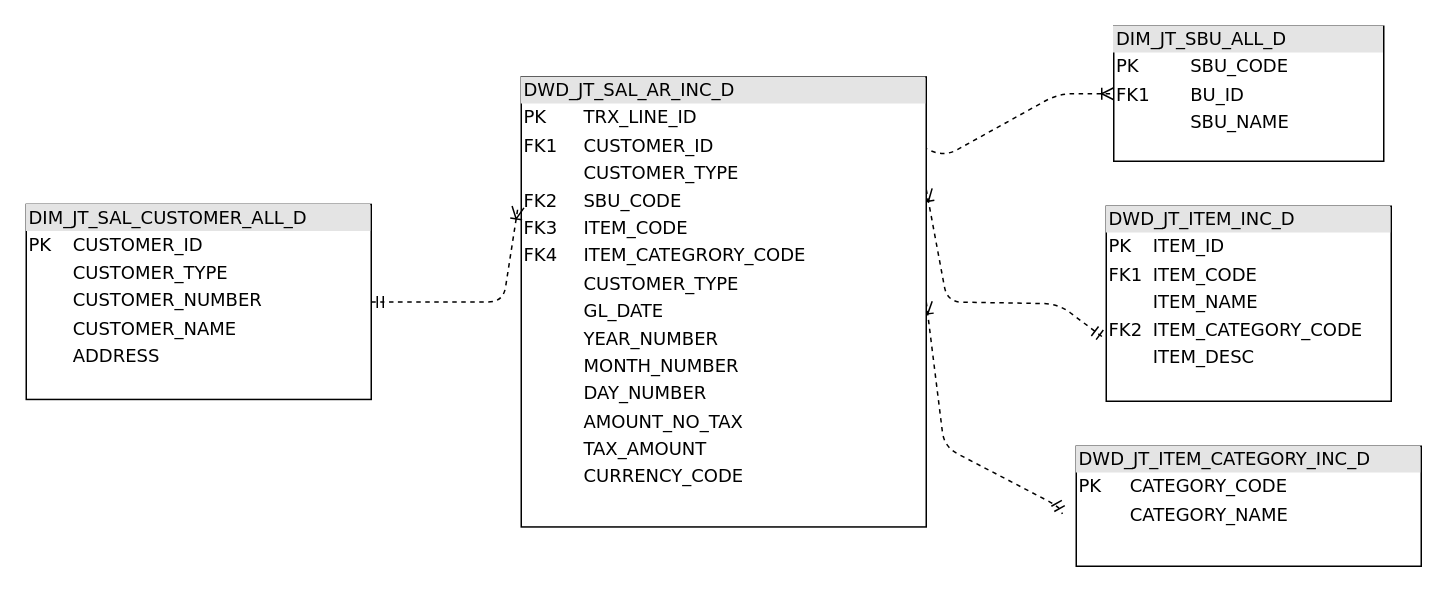
The draw.io diagram Untitled Diagram.drawio in YMS-QC/YMS-QC.github.io, before the edit. Source tidied: cells renumbered, new cells numbered last; positions are measured from the earlier drawing's top-left corner, leaving out a move shared by most shapes. Both pictures are drawn from the tidied source at 150%, with x=0, y=0 at pixel (26, 26).
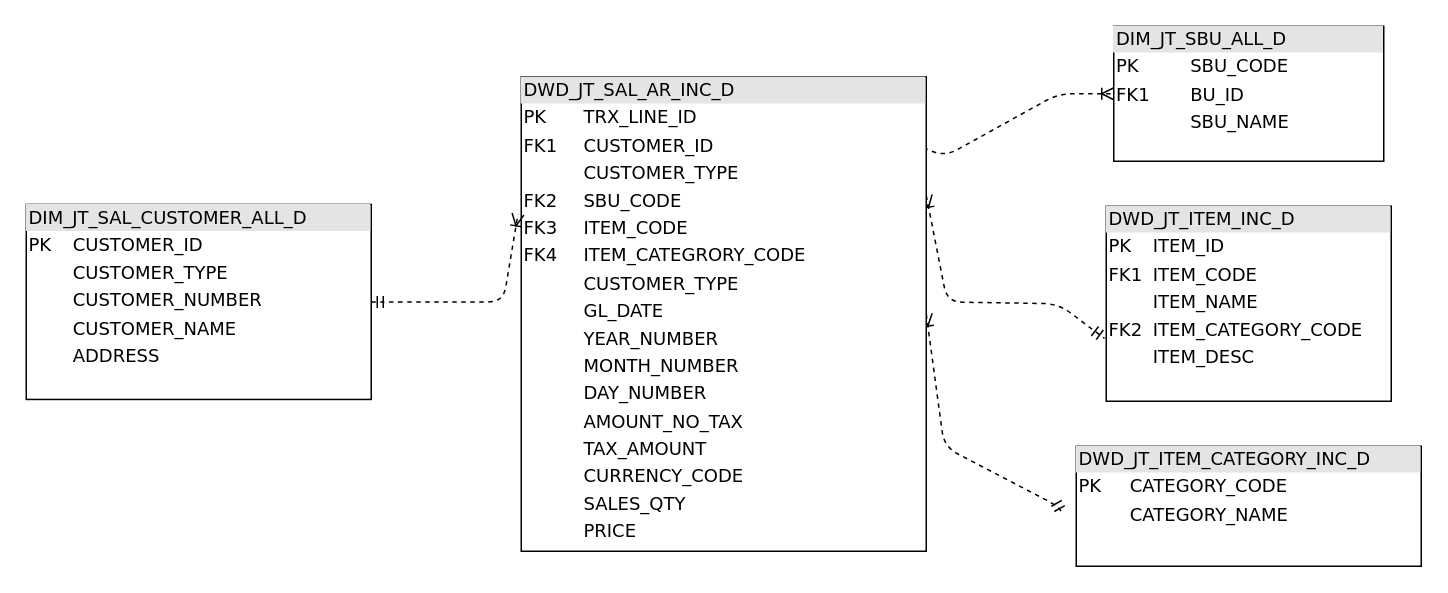
The same page after the edit.

The edit, as a diff of the source:
```diff
@@
 <mxGraphModel background="#ffffff">
   <root>
     <mxCell id="0" />
     <mxCell id="1" parent="0" />
     <mxCell id="2" style="edgeStyle=orthogonalEdgeStyle;html=1;dashed=1;labelBackgroundColor=none;startArrow=ERmandOne;endArrow=ERoneToMany;fontFamily=Verdana;fontSize=12;align=left;entryX=0;entryY=0.5;exitX=0.75;exitY=0.056;exitDx=0;exitDy=0;exitPerimeter=0;rounded=1;noEdgeStyle=1;orthogonal=1;" parent="1" edge="1" source="6" target="8">
       <mxGeometry relative="1" as="geometry">
         <Array as="points">
           <mxPoint x="612" y="87.1" />
           <mxPoint x="688" y="45" />
         </Array>
       </mxGeometry>
     </mxCell>
     <mxCell id="3" value="&lt;div style=&quot;box-sizing: border-box ; width: 100% ; background: #e4e4e4 ; padding: 2px&quot;&gt;DIM_JT_SAL_CUSTOMER_ALL_D&lt;/div&gt;&lt;table style=&quot;width: 100% ; font-size: 1em&quot; cellpadding=&quot;2&quot; cellspacing=&quot;0&quot;&gt;&lt;tbody&gt;&lt;tr&gt;&lt;td&gt;PK&lt;/td&gt;&lt;td&gt;CUSTOMER_ID&lt;/td&gt;&lt;/tr&gt;&lt;tr&gt;&lt;td&gt;&lt;br&gt;&lt;/td&gt;&lt;td&gt;CUSTOMER_TYPE&lt;/td&gt;&lt;/tr&gt;&lt;tr&gt;&lt;td&gt;&lt;/td&gt;&lt;td&gt;CUSTOMER_NUMBER&lt;/td&gt;&lt;/tr&gt;&lt;tr&gt;&lt;td&gt;&lt;br&gt;&lt;/td&gt;&lt;td&gt;CUSTOMER_NAME&lt;/td&gt;&lt;/tr&gt;&lt;tr&gt;&lt;td&gt;&lt;br&gt;&lt;/td&gt;&lt;td&gt;ADDRESS&lt;/td&gt;&lt;/tr&gt;&lt;tr&gt;&lt;td&gt;&lt;br&gt;&lt;/td&gt;&lt;td&gt;&lt;br&gt;&lt;/td&gt;&lt;/tr&gt;&lt;/tbody&gt;&lt;/table&gt;" style="verticalAlign=top;align=left;overflow=fill;html=1;rounded=0;shadow=0;comic=0;labelBackgroundColor=none;strokeWidth=1;fontFamily=Verdana;fontSize=12;" parent="1" vertex="1">
       <mxGeometry y="118.8" width="230" height="130" as="geometry" />
     </mxCell>
     <mxCell id="4" style="edgeStyle=orthogonalEdgeStyle;rounded=1;jettySize=auto;html=1;exitX=1;exitY=0.25;exitDx=0;exitDy=0;strokeColor=#000000;dashed=1;endArrow=ERmandOne;endFill=0;entryX=-0.006;entryY=0.678;entryDx=0;entryDy=0;entryPerimeter=0;startArrow=ERoneToMany;startFill=0;noEdgeStyle=1;orthogonal=1;" parent="1" edge="1" source="6" target="7">
       <mxGeometry relative="1" as="geometry">
         <Array as="points">
           <mxPoint x="614" y="183.8" />
           <mxPoint x="688" y="185" />
         </Array>
       </mxGeometry>
     </mxCell>
     <mxCell id="5" style="edgeStyle=orthogonalEdgeStyle;rounded=1;jettySize=auto;html=1;exitX=1;exitY=0.5;exitDx=0;exitDy=0;entryX=-0.04;entryY=0.563;entryDx=0;entryDy=0;entryPerimeter=0;dashed=1;startArrow=ERoneToMany;startFill=0;endArrow=ERmandOne;endFill=0;strokeColor=#000000;noEdgeStyle=1;orthogonal=1;" parent="1" edge="1" source="6" target="10">
       <mxGeometry relative="1" as="geometry">
         <Array as="points">
           <mxPoint x="612" y="280.4" />
           <mxPoint x="688" y="320" />
         </Array>
       </mxGeometry>
     </mxCell>
-    <mxCell id="6" value="&lt;div style=&quot;box-sizing: border-box ; width: 100% ; background: #e4e4e4 ; padding: 2px&quot;&gt;DWD_JT_SAL_AR_INC_D&lt;/div&gt;&lt;table style=&quot;width: 100% ; font-size: 1em&quot; cellpadding=&quot;2&quot; cellspacing=&quot;0&quot;&gt;&lt;tbody&gt;&lt;tr&gt;&lt;td&gt;PK&lt;/td&gt;&lt;td&gt;TRX_LINE_ID&lt;/td&gt;&lt;/tr&gt;&lt;tr&gt;&lt;td&gt;FK1&lt;/td&gt;&lt;td&gt;CUSTOMER_ID&lt;/td&gt;&lt;/tr&gt;&lt;tr&gt;&lt;td&gt;&lt;br&gt;&lt;/td&gt;&lt;td&gt;CUSTOMER_TYPE&lt;/td&gt;&lt;/tr&gt;&lt;tr&gt;&lt;td&gt;FK2&lt;br&gt;&lt;/td&gt;&lt;td&gt;SBU_CODE&lt;br&gt;&lt;/td&gt;&lt;/tr&gt;&lt;tr&gt;&lt;td&gt;FK3&lt;br&gt;&lt;/td&gt;&lt;td&gt;ITEM_CODE&lt;/td&gt;&lt;/tr&gt;&lt;tr&gt;&lt;td&gt;FK4&lt;br&gt;&lt;/td&gt;&lt;td&gt;ITEM_CATEGRORY_CODE&lt;/td&gt;&lt;/tr&gt;&lt;tr&gt;&lt;td&gt;&lt;br&gt;&lt;/td&gt;&lt;td&gt;CUSTOMER_TYPE&lt;/td&gt;&lt;/tr&gt;&lt;tr&gt;&lt;td&gt;&lt;br&gt;&lt;/td&gt;&lt;td&gt;GL_DATE&lt;br&gt;&lt;/td&gt;&lt;/tr&gt;&lt;tr&gt;&lt;td&gt;&lt;br&gt;&lt;/td&gt;&lt;td&gt;YEAR_NUMBER&lt;br&gt;&lt;/td&gt;&lt;/tr&gt;&lt;tr&gt;&lt;td&gt;&lt;br&gt;&lt;/td&gt;&lt;td&gt;MONTH_NUMBER&lt;br&gt;&lt;/td&gt;&lt;/tr&gt;&lt;tr&gt;&lt;td&gt;&lt;br&gt;&lt;/td&gt;&lt;td&gt;DAY_NUMBER&lt;/td&gt;&lt;/tr&gt;&lt;tr&gt;&lt;td&gt;&lt;br&gt;&lt;/td&gt;&lt;td&gt;AMOUNT_NO_TAX&lt;/td&gt;&lt;/tr&gt;&lt;tr&gt;&lt;td&gt;&lt;br&gt;&lt;/td&gt;&lt;td&gt;TAX_AMOUNT&lt;/td&gt;&lt;/tr&gt;&lt;tr&gt;&lt;td&gt;&lt;br&gt;&lt;/td&gt;&lt;td&gt;CURRENCY_CODE&lt;/td&gt;&lt;/tr&gt;&lt;/tbody&gt;&lt;/table&gt;" style="verticalAlign=top;align=left;overflow=fill;html=1;rounded=0;shadow=0;comic=0;labelBackgroundColor=none;strokeWidth=1;fontFamily=Verdana;fontSize=12;" parent="1" vertex="1">
-      <mxGeometry x="330" y="33.8" width="270" height="300" as="geometry" />
+    <mxCell id="6" value="&lt;div style=&quot;box-sizing: border-box ; width: 100% ; background: #e4e4e4 ; padding: 2px&quot;&gt;DWD_JT_SAL_AR_INC_D&lt;/div&gt;&lt;table style=&quot;width: 100% ; font-size: 1em&quot; cellpadding=&quot;2&quot; cellspacing=&quot;0&quot;&gt;&lt;tbody&gt;&lt;tr&gt;&lt;td&gt;PK&lt;/td&gt;&lt;td&gt;TRX_LINE_ID&lt;/td&gt;&lt;/tr&gt;&lt;tr&gt;&lt;td&gt;FK1&lt;/td&gt;&lt;td&gt;CUSTOMER_ID&lt;/td&gt;&lt;/tr&gt;&lt;tr&gt;&lt;td&gt;&lt;br&gt;&lt;/td&gt;&lt;td&gt;CUSTOMER_TYPE&lt;/td&gt;&lt;/tr&gt;&lt;tr&gt;&lt;td&gt;FK2&lt;br&gt;&lt;/td&gt;&lt;td&gt;SBU_CODE&lt;br&gt;&lt;/td&gt;&lt;/tr&gt;&lt;tr&gt;&lt;td&gt;FK3&lt;br&gt;&lt;/td&gt;&lt;td&gt;ITEM_CODE&lt;/td&gt;&lt;/tr&gt;&lt;tr&gt;&lt;td&gt;FK4&lt;br&gt;&lt;/td&gt;&lt;td&gt;ITEM_CATEGRORY_CODE&lt;/td&gt;&lt;/tr&gt;&lt;tr&gt;&lt;td&gt;&lt;br&gt;&lt;/td&gt;&lt;td&gt;CUSTOMER_TYPE&lt;/td&gt;&lt;/tr&gt;&lt;tr&gt;&lt;td&gt;&lt;br&gt;&lt;/td&gt;&lt;td&gt;GL_DATE&lt;br&gt;&lt;/td&gt;&lt;/tr&gt;&lt;tr&gt;&lt;td&gt;&lt;br&gt;&lt;/td&gt;&lt;td&gt;YEAR_NUMBER&lt;br&gt;&lt;/td&gt;&lt;/tr&gt;&lt;tr&gt;&lt;td&gt;&lt;br&gt;&lt;/td&gt;&lt;td&gt;MONTH_NUMBER&lt;br&gt;&lt;/td&gt;&lt;/tr&gt;&lt;tr&gt;&lt;td&gt;&lt;br&gt;&lt;/td&gt;&lt;td&gt;DAY_NUMBER&lt;/td&gt;&lt;/tr&gt;&lt;tr&gt;&lt;td&gt;&lt;br&gt;&lt;/td&gt;&lt;td&gt;AMOUNT_NO_TAX&lt;/td&gt;&lt;/tr&gt;&lt;tr&gt;&lt;td&gt;&lt;br&gt;&lt;/td&gt;&lt;td&gt;TAX_AMOUNT&lt;/td&gt;&lt;/tr&gt;&lt;tr&gt;&lt;td&gt;&lt;br&gt;&lt;/td&gt;&lt;td&gt;CURRENCY_CODE&lt;/td&gt;&lt;/tr&gt;&lt;tr&gt;&lt;td&gt;&lt;br&gt;&lt;/td&gt;&lt;td&gt;SALES_QTY&lt;/td&gt;&lt;/tr&gt;&lt;tr&gt;&lt;td&gt;&lt;br&gt;&lt;/td&gt;&lt;td&gt;PRICE&lt;/td&gt;&lt;/tr&gt;&lt;/tbody&gt;&lt;/table&gt;" style="verticalAlign=top;align=left;overflow=fill;html=1;rounded=0;shadow=0;comic=0;labelBackgroundColor=none;strokeWidth=1;fontFamily=Verdana;fontSize=12;" parent="1" vertex="1">
+      <mxGeometry x="330" y="33.8" width="270" height="316.2" as="geometry" />
     </mxCell>
     <mxCell id="7" value="&lt;div style=&quot;box-sizing: border-box ; width: 100% ; background: #e4e4e4 ; padding: 2px&quot;&gt;DWD_JT_ITEM_INC_D&lt;/div&gt;&lt;table style=&quot;width: 100% ; font-size: 1em&quot; cellpadding=&quot;2&quot; cellspacing=&quot;0&quot;&gt;&lt;tbody&gt;&lt;tr&gt;&lt;td&gt;PK&lt;/td&gt;&lt;td&gt;ITEM_ID&lt;/td&gt;&lt;/tr&gt;&lt;tr&gt;&lt;td&gt;FK1&lt;/td&gt;&lt;td&gt;ITEM_CODE&lt;/td&gt;&lt;/tr&gt;&lt;tr&gt;&lt;td&gt;&lt;/td&gt;&lt;td&gt;ITEM_NAME&lt;/td&gt;&lt;/tr&gt;&lt;tr&gt;&lt;td&gt;FK2&lt;/td&gt;&lt;td&gt;ITEM_CATEGORY_CODE&lt;/td&gt;&lt;/tr&gt;&lt;tr&gt;&lt;td&gt;&lt;br&gt;&lt;/td&gt;&lt;td&gt;ITEM_DESC&lt;/td&gt;&lt;/tr&gt;&lt;/tbody&gt;&lt;/table&gt;" style="verticalAlign=top;align=left;overflow=fill;html=1;rounded=0;shadow=0;comic=0;labelBackgroundColor=none;strokeWidth=1;fontFamily=Verdana;fontSize=12;" parent="1" vertex="1">
       <mxGeometry x="720" y="120" width="190" height="130" as="geometry" />
     </mxCell>
     <mxCell id="8" value="&lt;div style=&quot;box-sizing: border-box ; width: 100% ; background: #e4e4e4 ; padding: 2px&quot;&gt;DIM_JT_SBU_ALL_D&lt;/div&gt;&lt;table style=&quot;width: 100% ; font-size: 1em&quot; cellpadding=&quot;2&quot; cellspacing=&quot;0&quot;&gt;&lt;tbody&gt;&lt;tr&gt;&lt;td&gt;PK&lt;/td&gt;&lt;td&gt;SBU_CODE&lt;/td&gt;&lt;/tr&gt;&lt;tr&gt;&lt;td&gt;FK1&lt;/td&gt;&lt;td&gt;BU_ID&lt;/td&gt;&lt;/tr&gt;&lt;tr&gt;&lt;td&gt;&lt;br&gt;&lt;/td&gt;&lt;td&gt;SBU_NAME&lt;br&gt;&lt;/td&gt;&lt;/tr&gt;&lt;/tbody&gt;&lt;/table&gt;" style="verticalAlign=top;align=left;overflow=fill;html=1;rounded=0;shadow=0;comic=0;labelBackgroundColor=none;strokeWidth=1;fontFamily=Verdana;fontSize=12;" parent="1" vertex="1">
       <mxGeometry x="725" width="180" height="90" as="geometry" />
     </mxCell>
     <mxCell id="9" style="edgeStyle=orthogonalEdgeStyle;html=1;dashed=1;labelBackgroundColor=none;startArrow=ERmandOne;endArrow=ERoneToMany;fontFamily=Verdana;fontSize=12;align=left;entryX=-0.008;entryY=0.289;exitX=1;exitY=0.5;exitDx=0;exitDy=0;entryDx=0;entryDy=0;entryPerimeter=0;noEdgeStyle=1;orthogonal=1;" parent="1" edge="1" source="3" target="6">
       <mxGeometry relative="1" as="geometry">
         <Array as="points">
           <mxPoint x="242" y="183.8" />
           <mxPoint x="318" y="183.8" />
         </Array>
       </mxGeometry>
     </mxCell>
     <mxCell id="10" value="&lt;div style=&quot;box-sizing: border-box ; width: 100% ; background: #e4e4e4 ; padding: 2px&quot;&gt;DWD_JT_ITEM_CATEGORY_INC_D&lt;/div&gt;&lt;table style=&quot;width: 100% ; font-size: 1em&quot; cellpadding=&quot;2&quot; cellspacing=&quot;0&quot;&gt;&lt;tbody&gt;&lt;tr&gt;&lt;td&gt;PK&lt;/td&gt;&lt;td&gt;CATEGORY_CODE&lt;/td&gt;&lt;/tr&gt;&lt;tr&gt;&lt;td&gt;&lt;/td&gt;&lt;td&gt;CATEGORY_NAME&lt;/td&gt;&lt;/tr&gt;&lt;/tbody&gt;&lt;/table&gt;" style="verticalAlign=top;align=left;overflow=fill;html=1;rounded=0;shadow=0;comic=0;labelBackgroundColor=none;strokeWidth=1;fontFamily=Verdana;fontSize=12;" parent="1" vertex="1">
       <mxGeometry x="700" y="280" width="230" height="80" as="geometry" />
     </mxCell>
   </root>
 </mxGraphModel>
```
